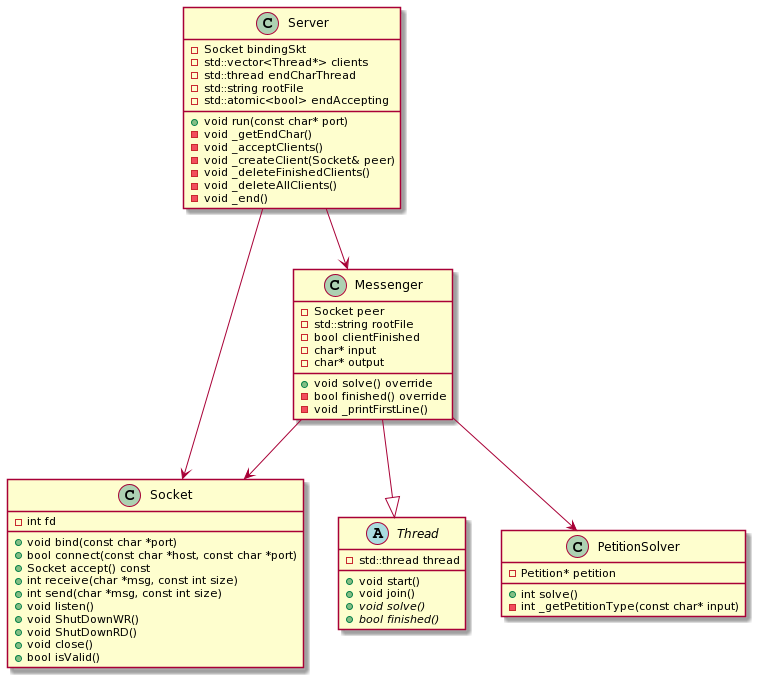
Before: Images/Diagrama-De-Clases-2.png, a diagram exported from PlantUML (ezezbogar/TP3-Taller). Its diagram source:
```plantuml
@startuml
class Server{
-Socket bindingSkt
-std::vector<Thread*> clients
-std::thread endCharThread
-std::string rootFile
-std::atomic<bool> endAccepting

+void run(const char* port)
-void _getEndChar()
-void _acceptClients()
-void _createClient(Socket& peer)
-void _deleteFinishedClients()
-void _deleteAllClients()
-void _end()
}

Class Messenger {
-Socket peer
-std::string rootFile
-bool clientFinished
-char* input
-char* output

+void solve() override
-bool finished() override
-void _printFirstLine()
}


class Socket {
-int fd

+void bind(const char *port)
+bool connect(const char *host, const char *port)
+Socket accept() const
+int receive(char *msg, const int size)
+int send(char *msg, const int size)
+void listen()
+void ShutDownWR()
+void ShutDownRD()
+void close()
+bool isValid()
}

abstract class Thread {
-std::thread thread

+void start()
+void join()
+{abstract}void solve()
+{abstract}bool finished()
}

class PetitionSolver {
-Petition* petition

+int solve()
-int _getPetitionType(const char* input)
}

Server-->Messenger
Server-->Socket
Messenger-->Socket
Messenger--|>Thread
Messenger-->PetitionSolver
@enduml
```
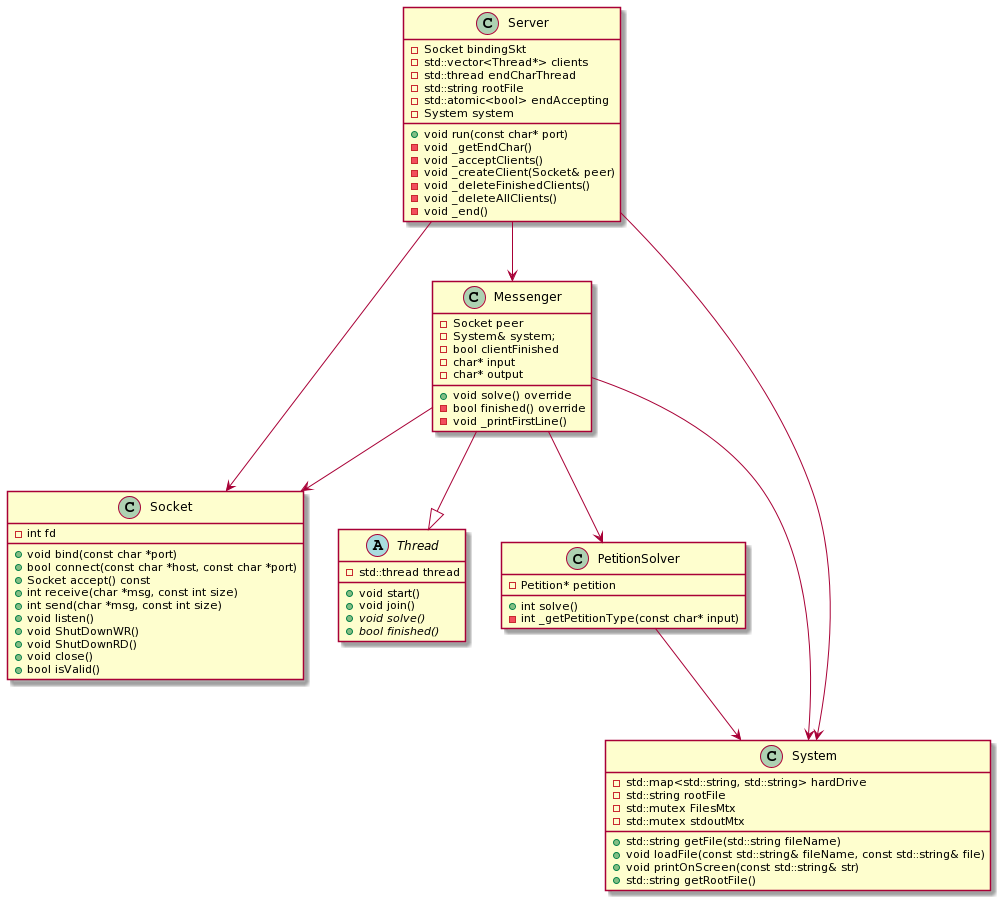
After the change.

Commit message:
Actualizo diagramas

Diff of the diagram source:
```diff
@@ -5,6 +5,7 @@
 -std::thread endCharThread
 -std::string rootFile
 -std::atomic<bool> endAccepting
+-System system
 
 +void run(const char* port)
 -void _getEndChar()
@@ -17,7 +18,7 @@
 
 Class Messenger {
 -Socket peer
--std::string rootFile
+-System& system;
 -bool clientFinished
 -char* input
 -char* output
@@ -59,6 +60,22 @@
 -int _getPetitionType(const char* input)
 }
 
+class System {
+-std::map<std::string, std::string> hardDrive
+-std::string rootFile
+-std::mutex FilesMtx
+-std::mutex stdoutMtx
+
++std::string getFile(std::string fileName)
++void loadFile(const std::string& fileName, const std::string& file)
++void printOnScreen(const std::string& str)
++std::string getRootFile()
+}
+
+Server-->System
+Messenger-->System
+PetitionSolver-->System
+
 Server-->Messenger
 Server-->Socket
 Messenger-->Socket
```
